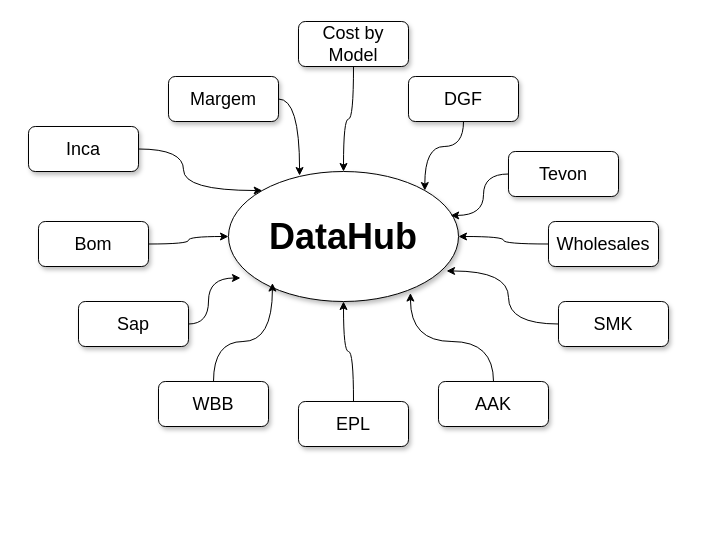
The draw.io diagram page "Página-7" (7 of 7) of eagle/files_to_datalake.drawio in leo-odilon/draw.io, before the edit. Source tidied: cells renumbered, new cells numbered last; positions are measured from the earlier drawing's top-left corner, leaving out a move shared by most shapes. Both pictures are drawn from the tidied source at 100%, with x=0, y=0 at pixel (28, 21).
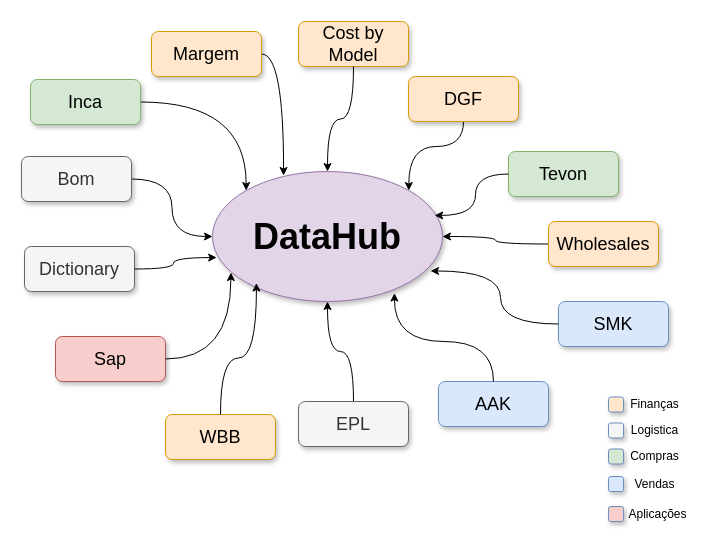
The same page after the edit.

Change to the diagram source:
```diff
@@
-    <mxCell id="2" value="&lt;b&gt;&lt;font face=&quot;Helvetica&quot; style=&quot;font-size: 36px;&quot;&gt;DataHub&lt;/font&gt;&lt;/b&gt;" style="ellipse;whiteSpace=wrap;html=1;shadow=1;" parent="1" vertex="1">
-      <mxGeometry x="200" y="150" width="230" height="130" as="geometry" />
+    <mxCell id="2" value="&lt;b&gt;&lt;font face=&quot;Helvetica&quot; style=&quot;font-size: 36px;&quot;&gt;DataHub&lt;/font&gt;&lt;/b&gt;" style="ellipse;whiteSpace=wrap;html=1;shadow=1;fillColor=#e1d5e7;strokeColor=#9673a6;" parent="1" vertex="1">
+      <mxGeometry x="184" y="150" width="230" height="130" as="geometry" />
     </mxCell>
@@
-    <mxCell id="4" value="&lt;font style=&quot;font-size: 18px;&quot;&gt;Inca&lt;/font&gt;" style="rounded=1;whiteSpace=wrap;html=1;shadow=1;" parent="1" vertex="1">
-      <mxGeometry y="105" width="110" height="45" as="geometry" />
+    <mxCell id="4" value="&lt;font style=&quot;font-size: 18px;&quot;&gt;Inca&lt;/font&gt;" style="rounded=1;whiteSpace=wrap;html=1;shadow=1;fillColor=#d5e8d4;strokeColor=#82b366;" parent="1" vertex="1">
+      <mxGeometry x="2" y="58" width="110" height="45" as="geometry" />
     </mxCell>
-    <mxCell id="5" value="&lt;font style=&quot;font-size: 18px;&quot;&gt;Sap&lt;/font&gt;" style="rounded=1;whiteSpace=wrap;html=1;shadow=1;" parent="1" vertex="1">
-      <mxGeometry x="50" y="280" width="110" height="45" as="geometry" />
+    <mxCell id="5" value="&lt;font style=&quot;font-size: 18px;&quot;&gt;Sap&lt;/font&gt;" style="rounded=1;whiteSpace=wrap;html=1;shadow=1;fillColor=#f8cecc;strokeColor=#b85450;" parent="1" vertex="1">
+      <mxGeometry x="27" y="315" width="110" height="45" as="geometry" />
     </mxCell>
@@
-    <mxCell id="7" value="&lt;font style=&quot;font-size: 18px;&quot;&gt;Bom&lt;/font&gt;" style="rounded=1;whiteSpace=wrap;html=1;shadow=1;" parent="1" vertex="1">
-      <mxGeometry x="10" y="200" width="110" height="45" as="geometry" />
+    <mxCell id="7" value="&lt;font style=&quot;font-size: 18px;&quot;&gt;Bom&lt;/font&gt;" style="rounded=1;whiteSpace=wrap;html=1;shadow=1;fillColor=#f5f5f5;fontColor=#333333;strokeColor=#666666;" parent="1" vertex="1">
+      <mxGeometry x="-7" y="135" width="110" height="45" as="geometry" />
     </mxCell>
-    <mxCell id="8" value="&lt;font style=&quot;font-size: 18px;&quot;&gt;WBB&lt;/font&gt;" style="rounded=1;whiteSpace=wrap;html=1;shadow=1;" parent="1" vertex="1">
-      <mxGeometry x="130" y="360" width="110" height="45" as="geometry" />
+    <mxCell id="8" value="&lt;font style=&quot;font-size: 18px;&quot;&gt;WBB&lt;/font&gt;" style="rounded=1;whiteSpace=wrap;html=1;shadow=1;fillColor=#ffe6cc;strokeColor=#d79b00;" parent="1" vertex="1">
+      <mxGeometry x="137" y="393" width="110" height="45" as="geometry" />
     </mxCell>
@@
-    <mxCell id="10" value="&lt;font style=&quot;font-size: 18px;&quot;&gt;DGF&lt;/font&gt;" style="rounded=1;whiteSpace=wrap;html=1;shadow=1;" parent="1" vertex="1">
+    <mxCell id="10" value="&lt;font style=&quot;font-size: 18px;&quot;&gt;DGF&lt;/font&gt;" style="rounded=1;whiteSpace=wrap;html=1;shadow=1;fillColor=#ffe6cc;strokeColor=#d79b00;" parent="1" vertex="1">
       <mxGeometry x="380" y="55" width="110" height="45" as="geometry" />
     </mxCell>
-    <mxCell id="11" value="&lt;font style=&quot;font-size: 18px;&quot;&gt;AAK&lt;/font&gt;" style="rounded=1;whiteSpace=wrap;html=1;shadow=1;" parent="1" vertex="1">
+    <mxCell id="11" value="&lt;font style=&quot;font-size: 18px;&quot;&gt;AAK&lt;/font&gt;" style="rounded=1;whiteSpace=wrap;html=1;shadow=1;fillColor=#dae8fc;strokeColor=#6c8ebf;" parent="1" vertex="1">
       <mxGeometry x="410" y="360" width="110" height="45" as="geometry" />
     </mxCell>
-    <mxCell id="12" value="&lt;font style=&quot;font-size: 18px;&quot;&gt;SMK&lt;/font&gt;" style="rounded=1;whiteSpace=wrap;html=1;shadow=1;" parent="1" vertex="1">
+    <mxCell id="12" value="&lt;font style=&quot;font-size: 18px;&quot;&gt;SMK&lt;/font&gt;" style="rounded=1;whiteSpace=wrap;html=1;shadow=1;fillColor=#dae8fc;strokeColor=#6c8ebf;" parent="1" vertex="1">
       <mxGeometry x="530" y="280" width="110" height="45" as="geometry" />
     </mxCell>
@@
-    <mxCell id="14" value="&lt;font style=&quot;font-size: 18px;&quot;&gt;Wholesales&lt;/font&gt;" style="rounded=1;whiteSpace=wrap;html=1;shadow=1;" parent="1" vertex="1">
+    <mxCell id="14" value="&lt;font style=&quot;font-size: 18px;&quot;&gt;Wholesales&lt;/font&gt;" style="rounded=1;whiteSpace=wrap;html=1;shadow=1;fillColor=#ffe6cc;strokeColor=#d79b00;" parent="1" vertex="1">
       <mxGeometry x="520" y="200" width="110" height="45" as="geometry" />
     </mxCell>
-    <mxCell id="15" value="&lt;font style=&quot;font-size: 18px;&quot;&gt;Cost by Model&lt;/font&gt;" style="rounded=1;whiteSpace=wrap;html=1;shadow=1;" parent="1" vertex="1">
+    <mxCell id="15" value="&lt;font style=&quot;font-size: 18px;&quot;&gt;Cost by Model&lt;/font&gt;" style="rounded=1;whiteSpace=wrap;html=1;shadow=1;fillColor=#ffe6cc;strokeColor=#d79b00;" parent="1" vertex="1">
       <mxGeometry x="270" width="110" height="45" as="geometry" />
     </mxCell>
-    <mxCell id="16" value="&lt;font style=&quot;font-size: 18px;&quot;&gt;Tevon&lt;/font&gt;" style="rounded=1;whiteSpace=wrap;html=1;shadow=1;" parent="1" vertex="1">
+    <mxCell id="16" value="&lt;font style=&quot;font-size: 18px;&quot;&gt;Tevon&lt;/font&gt;" style="rounded=1;whiteSpace=wrap;html=1;shadow=1;fillColor=#d5e8d4;strokeColor=#82b366;" parent="1" vertex="1">
       <mxGeometry x="480" y="130" width="110" height="45" as="geometry" />
     </mxCell>
@@
-    <mxCell id="18" value="&lt;font style=&quot;font-size: 18px;&quot;&gt;Margem&lt;/font&gt;" style="rounded=1;whiteSpace=wrap;html=1;shadow=1;" parent="1" vertex="1">
-      <mxGeometry x="140" y="55" width="110" height="45" as="geometry" />
+    <mxCell id="18" value="&lt;font style=&quot;font-size: 18px;&quot;&gt;Margem&lt;/font&gt;" style="rounded=1;whiteSpace=wrap;html=1;shadow=1;fillColor=#ffe6cc;strokeColor=#d79b00;" parent="1" vertex="1">
+      <mxGeometry x="123" y="10" width="110" height="45" as="geometry" />
     </mxCell>
@@
-    <mxCell id="20" value="&lt;font style=&quot;font-size: 18px;&quot;&gt;EPL&lt;/font&gt;" style="rounded=1;whiteSpace=wrap;html=1;shadow=1;" parent="1" vertex="1">
+    <mxCell id="20" value="&lt;font style=&quot;font-size: 18px;&quot;&gt;EPL&lt;/font&gt;" style="rounded=1;whiteSpace=wrap;html=1;shadow=1;fillColor=#f5f5f5;fontColor=#333333;strokeColor=#666666;" parent="1" vertex="1">
       <mxGeometry x="270" y="380" width="110" height="45" as="geometry" />
     </mxCell>
@@
+    <mxCell id="27" value="&lt;font style=&quot;font-size: 18px;&quot;&gt;Dictionary&lt;/font&gt;" style="rounded=1;whiteSpace=wrap;html=1;shadow=1;fillColor=#f5f5f5;fontColor=#333333;strokeColor=#666666;" parent="1" vertex="1">
+      <mxGeometry x="-4" y="225" width="110" height="45" as="geometry" />
+    </mxCell>
+    <mxCell id="28" style="edgeStyle=orthogonalEdgeStyle;curved=1;rounded=0;jettySize=auto;html=1;entryX=0.018;entryY=0.662;entryDx=0;entryDy=0;entryPerimeter=0;" parent="1" edge="1" source="27" target="2">
+      <mxGeometry relative="1" as="geometry" />
+    </mxCell>
-    <mxCell id="26" style="edgeStyle=orthogonalEdgeStyle;curved=1;rounded=0;jettySize=auto;html=1;entryX=0.052;entryY=0.819;entryDx=0;entryDy=0;entryPerimeter=0;" parent="1" edge="1" source="5" target="2">
+    <mxCell id="26" style="edgeStyle=orthogonalEdgeStyle;curved=1;rounded=0;jettySize=auto;html=1;entryX=0.08;entryY=0.777;entryDx=0;entryDy=0;entryPerimeter=0;" parent="1" edge="1" source="5" target="2">
       <mxGeometry relative="1" as="geometry" />
     </mxCell>
+    <mxCell id="29" style="group;" parent="1" vertex="1">
+      <mxGeometry x="580" y="370" width="79" height="26" as="geometry" />
+    </mxCell>
+    <mxCell id="30" style="rounded=1;whiteSpace=wrap;html=1;shadow=1;fillColor=#FFE6CC;strokeColor=#6c8ebf;" parent="29" vertex="1">
+      <mxGeometry y="5.5" width="15" height="15" as="geometry" />
+    </mxCell>
+    <mxCell id="31" value="Finanças" style="text;html=1;align=center;verticalAlign=middle;strokeColor=none;fillColor=none;" parent="29" vertex="1">
+      <mxGeometry x="12" width="67" height="26" as="geometry" />
+    </mxCell>
+    <mxCell id="32" style="group;" parent="1" vertex="1">
+      <mxGeometry x="580" y="396" width="81" height="28" as="geometry" />
+    </mxCell>
+    <mxCell id="33" style="rounded=1;whiteSpace=wrap;html=1;shadow=1;fillColor=#F5F5F5;strokeColor=#6c8ebf;" parent="32" vertex="1">
+      <mxGeometry y="5.5" width="15" height="15" as="geometry" />
+    </mxCell>
+    <mxCell id="34" value="Logistica" style="text;html=1;align=center;verticalAlign=middle;strokeColor=none;fillColor=none;" parent="32" vertex="1">
+      <mxGeometry x="11" y="-2" width="70" height="30" as="geometry" />
+    </mxCell>
+    <mxCell id="35" style="group;" parent="1" vertex="1">
+      <mxGeometry x="580" y="422" width="81" height="28" as="geometry" />
+    </mxCell>
+    <mxCell id="36" style="rounded=1;whiteSpace=wrap;html=1;shadow=1;fillColor=#D5E8D4;strokeColor=#6c8ebf;" parent="35" vertex="1">
+      <mxGeometry y="5.5" width="15" height="15" as="geometry" />
+    </mxCell>
+    <mxCell id="37" value="Compras" style="text;html=1;align=center;verticalAlign=middle;strokeColor=none;fillColor=none;" parent="35" vertex="1">
+      <mxGeometry x="11" y="-2" width="70" height="30" as="geometry" />
+    </mxCell>
+    <mxCell id="38" style="group;" parent="1" vertex="1">
+      <mxGeometry x="580" y="449.5" width="79" height="28" as="geometry" />
+    </mxCell>
+    <mxCell id="39" style="rounded=1;whiteSpace=wrap;html=1;shadow=1;fillColor=#dae8fc;strokeColor=#6c8ebf;" parent="38" vertex="1">
+      <mxGeometry y="5.5" width="15" height="15" as="geometry" />
+    </mxCell>
+    <mxCell id="40" value="Vendas" style="text;html=1;align=center;verticalAlign=middle;strokeColor=none;fillColor=none;" parent="38" vertex="1">
+      <mxGeometry x="16" y="-2" width="60" height="30" as="geometry" />
+    </mxCell>
+    <mxCell id="41" style="group;" parent="1" vertex="1">
+      <mxGeometry x="580" y="479.5" width="91" height="28" as="geometry" />
+    </mxCell>
+    <mxCell id="42" style="rounded=1;whiteSpace=wrap;html=1;shadow=1;fillColor=#F8CECC;strokeColor=#6c8ebf;" parent="41" vertex="1">
+      <mxGeometry y="5.5" width="15" height="15" as="geometry" />
+    </mxCell>
+    <mxCell id="43" value="&amp;nbsp; Aplicações" style="text;html=1;align=center;verticalAlign=middle;strokeColor=none;fillColor=none;" parent="41" vertex="1">
+      <mxGeometry x="1" y="-2" width="90" height="30" as="geometry" />
+    </mxCell>
```
